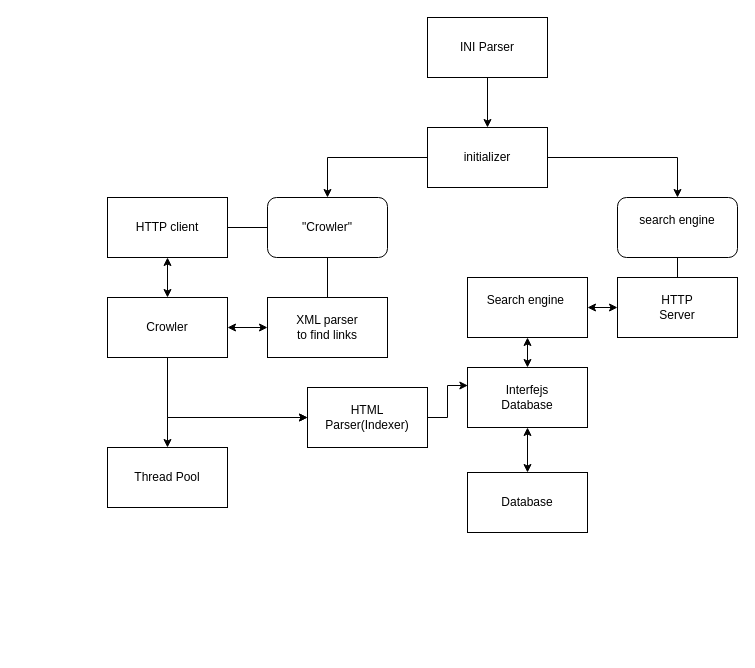
Earlier version of the draw.io diagram Search engine plan.drawio (Stalhir/Search-Engine). Source tidied: cells renumbered, new cells numbered last; positions are measured from the earlier drawing's top-left corner, leaving out a move shared by most shapes. Both pictures are drawn from the tidied source at 100%, with x=0, y=0 at pixel (107, 17).
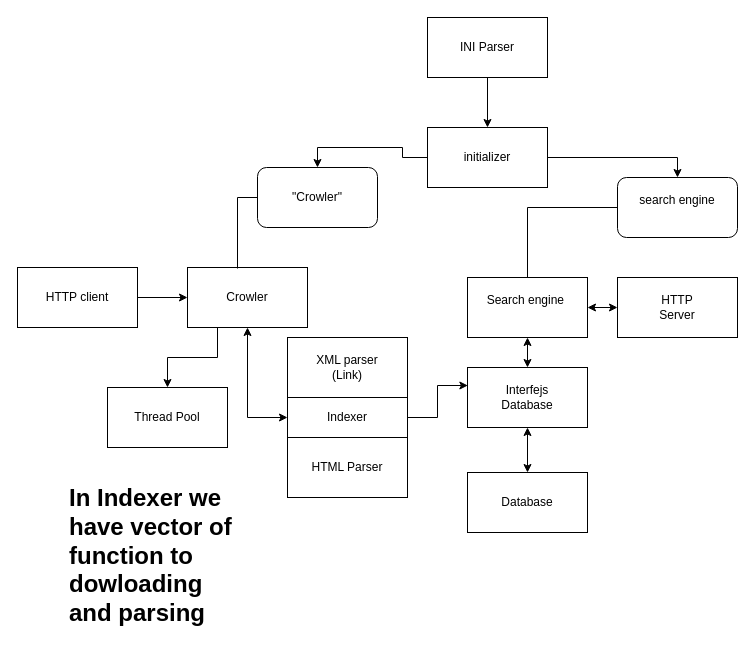
After the change.

Unchanged cells that the change refers to:
```xml
<mxCell id="12" value="Interfejs&lt;div&gt;Database&lt;/div&gt;" style="rounded=0;whiteSpace=wrap;html=1;" parent="1" vertex="1">
  <mxGeometry x="360" y="350" width="120" height="60" as="geometry" />
</mxCell>
<mxCell id="19" value="&lt;div&gt;HTTP&lt;/div&gt;Server" style="rounded=0;whiteSpace=wrap;html=1;" parent="1" vertex="1">
  <mxGeometry x="510" y="260" width="120" height="60" as="geometry" />
</mxCell>
<mxCell id="25" value="Search engine&amp;nbsp;&lt;div&gt;&lt;br&gt;&lt;/div&gt;" style="rounded=0;whiteSpace=wrap;html=1;" parent="1" vertex="1">
  <mxGeometry x="360" y="260" width="120" height="60" as="geometry" />
</mxCell>
```

The edit, as a diff of the source:
```diff
@@
     <mxCell id="7" value="&quot;Crowler&quot;" style="rounded=1;whiteSpace=wrap;html=1;" parent="1" vertex="1">
-      <mxGeometry x="160" y="180" width="120" height="60" as="geometry" />
+      <mxGeometry x="150" y="150" width="120" height="60" as="geometry" />
     </mxCell>
     <mxCell id="8" value="search engine&lt;div&gt;&lt;br&gt;&lt;/div&gt;" style="rounded=1;whiteSpace=wrap;html=1;" parent="1" vertex="1">
-      <mxGeometry x="510" y="180" width="120" height="60" as="geometry" />
+      <mxGeometry x="510" y="160" width="120" height="60" as="geometry" />
     </mxCell>
-    <mxCell id="9" value="HTML Parser(Indexer)" style="rounded=0;whiteSpace=wrap;html=1;" parent="1" vertex="1">
-      <mxGeometry x="200" y="370" width="120" height="60" as="geometry" />
-    </mxCell>
+    <mxCell id="30" value="Indexer" style="rounded=0;whiteSpace=wrap;html=1;" parent="1" vertex="1">
+      <mxGeometry x="180" y="370" width="120" height="60" as="geometry" />
+    </mxCell>
@@
-    <mxCell id="11" style="edgeStyle=orthogonalEdgeStyle;rounded=0;jettySize=auto;html=1;exitX=1;exitY=0;exitDx=0;exitDy=0;" parent="1" edge="1" source="12">
-      <mxGeometry relative="1" as="geometry">
-        <mxPoint x="480.2" y="350.2" as="targetPoint" />
-      </mxGeometry>
-    </mxCell>
+    <mxCell id="31" style="edgeStyle=orthogonalEdgeStyle;rounded=0;jettySize=auto;html=1;exitX=1;exitY=0;exitDx=0;exitDy=0;" parent="1" edge="1" source="12">
+      <mxGeometry relative="1" as="geometry">
+        <mxPoint x="480.2" y="350.2" as="targetPoint" />
+      </mxGeometry>
+    </mxCell>
@@
-    <mxCell id="13" style="edgeStyle=orthogonalEdgeStyle;rounded=0;jettySize=auto;html=1;entryX=0.003;entryY=0.3;entryDx=0;entryDy=0;entryPerimeter=0;" parent="1" edge="1" source="9" target="12">
-      <mxGeometry relative="1" as="geometry" />
-    </mxCell>
+    <mxCell id="32" style="edgeStyle=orthogonalEdgeStyle;rounded=0;jettySize=auto;html=1;entryX=0.003;entryY=0.3;entryDx=0;entryDy=0;entryPerimeter=0;" parent="1" edge="1" source="30" target="12">
+      <mxGeometry relative="1" as="geometry" />
+    </mxCell>
@@
     <mxCell id="15" value="Thread Pool" style="rounded=0;whiteSpace=wrap;html=1;" parent="1" vertex="1">
-      <mxGeometry y="430" width="120" height="60" as="geometry" />
+      <mxGeometry y="370" width="120" height="60" as="geometry" />
     </mxCell>
-    <mxCell id="16" value="XML parser&lt;div&gt;to find links&lt;/div&gt;" style="rounded=0;whiteSpace=wrap;html=1;" parent="1" vertex="1">
-      <mxGeometry x="160" y="280" width="120" height="60" as="geometry" />
-    </mxCell>
-    <mxCell id="17" style="endArrow=classic;startArrow=classic;html=1;rounded=0;exitX=1;exitY=0.5;exitDx=0;exitDy=0;" parent="1" edge="1" source="28" target="16">
-      <mxGeometry relative="1" as="geometry" />
-    </mxCell>
+    <mxCell id="33" value="XML parser&lt;div&gt;(Link)&lt;/div&gt;" style="rounded=0;whiteSpace=wrap;html=1;" parent="1" vertex="1">
+      <mxGeometry x="180" y="320" width="120" height="60" as="geometry" />
+    </mxCell>
+    <mxCell id="34" style="edgeStyle=orthogonalEdgeStyle;rounded=0;jettySize=auto;html=1;entryX=0;entryY=0.5;entryDx=0;entryDy=0;" parent="1" edge="1" source="18" target="28">
+      <mxGeometry relative="1" as="geometry" />
+    </mxCell>
     <mxCell id="18" value="HTTP client" style="rounded=0;whiteSpace=wrap;html=1;" parent="1" vertex="1">
-      <mxGeometry y="180" width="120" height="60" as="geometry" />
+      <mxGeometry x="-90" y="250" width="120" height="60" as="geometry" />
     </mxCell>
@@
-    <mxCell id="20" style="endArrow=none;html=1;rounded=0;entryX=0.5;entryY=1;entryDx=0;entryDy=0;exitX=0.5;exitY=0;exitDx=0;exitDy=0;" parent="1" edge="1" source="16" target="7">
-      <mxGeometry relative="1" as="geometry" />
-    </mxCell>
-    <mxCell id="21" style="endArrow=none;html=1;rounded=0;entryX=0.5;entryY=1;entryDx=0;entryDy=0;exitX=0.5;exitY=0;exitDx=0;exitDy=0;" parent="1" edge="1" source="19" target="8">
-      <mxGeometry relative="1" as="geometry" />
-    </mxCell>
-    <mxCell id="22" style="endArrow=classic;startArrow=classic;html=1;rounded=0;entryX=0.5;entryY=1;entryDx=0;entryDy=0;" parent="1" edge="1" target="25">
-      <mxGeometry relative="1" as="geometry">
-        <mxPoint x="420" y="350" as="sourcePoint" />
-        <Array as="points">
-          <mxPoint x="420" y="350" />
-        </Array>
-      </mxGeometry>
-    </mxCell>
-    <mxCell id="23" style="endArrow=none;html=1;rounded=0;entryX=0;entryY=0.5;entryDx=0;entryDy=0;exitX=1;exitY=0.5;exitDx=0;exitDy=0;" parent="1" edge="1" source="18" target="7">
-      <mxGeometry relative="1" as="geometry" />
-    </mxCell>
-    <mxCell id="24" style="endArrow=classic;startArrow=classic;html=1;rounded=0;entryX=0.5;entryY=1;entryDx=0;entryDy=0;exitX=0.5;exitY=0;exitDx=0;exitDy=0;" parent="1" edge="1" source="28" target="18">
-      <mxGeometry relative="1" as="geometry" />
-    </mxCell>
+    <mxCell id="35" style="endArrow=none;html=1;rounded=0;entryX=0;entryY=0.5;entryDx=0;entryDy=0;exitX=0.5;exitY=0;exitDx=0;exitDy=0;" parent="1" edge="1" source="25" target="8">
+      <mxGeometry relative="1" as="geometry">
+        <Array as="points">
+          <mxPoint x="420" y="190" />
+        </Array>
+      </mxGeometry>
+    </mxCell>
+    <mxCell id="36" style="endArrow=classic;startArrow=classic;html=1;rounded=0;entryX=0.5;entryY=1;entryDx=0;entryDy=0;" parent="1" edge="1" target="25">
+      <mxGeometry relative="1" as="geometry">
+        <mxPoint x="420" y="350" as="sourcePoint" />
+        <Array as="points">
+          <mxPoint x="420" y="350" />
+        </Array>
+      </mxGeometry>
+    </mxCell>
@@
-    <mxCell id="27" style="edgeStyle=orthogonalEdgeStyle;rounded=0;jettySize=auto;html=1;exitX=0.5;exitY=1;exitDx=0;exitDy=0;entryX=0;entryY=0.5;entryDx=0;entryDy=0;" parent="1" edge="1" source="28" target="9">
-      <mxGeometry relative="1" as="geometry" />
-    </mxCell>
+    <mxCell id="37" style="edgeStyle=orthogonalEdgeStyle;rounded=0;jettySize=auto;html=1;exitX=0.25;exitY=1;exitDx=0;exitDy=0;entryX=0.5;entryY=0;entryDx=0;entryDy=0;" parent="1" edge="1" source="28" target="15">
+      <mxGeometry relative="1" as="geometry" />
+    </mxCell>
     <mxCell id="28" value="Crowler" style="rounded=0;whiteSpace=wrap;html=1;" parent="1" vertex="1">
-      <mxGeometry y="280" width="120" height="60" as="geometry" />
+      <mxGeometry x="80" y="250" width="120" height="60" as="geometry" />
     </mxCell>
-    <mxCell id="29" style="endArrow=classic;startArrow=classic;html=1;rounded=0;exitX=0.5;exitY=0;exitDx=0;exitDy=0;" parent="1" edge="1" source="15">
-      <mxGeometry relative="1" as="geometry">
-        <mxPoint x="200" y="400" as="targetPoint" />
-        <Array as="points">
-          <mxPoint x="60" y="400" />
-        </Array>
-      </mxGeometry>
-    </mxCell>
+    <mxCell id="38" value="HTML Parser" style="rounded=0;whiteSpace=wrap;html=1;" parent="1" vertex="1">
+      <mxGeometry x="180" y="420" width="120" height="60" as="geometry" />
+    </mxCell>
+    <mxCell id="39" style="endArrow=classic;startArrow=classic;html=1;rounded=0;exitX=0;exitY=0.5;exitDx=0;exitDy=0;entryX=0.5;entryY=1;entryDx=0;entryDy=0;" parent="1" edge="1" source="30" target="28">
+      <mxGeometry relative="1" as="geometry">
+        <Array as="points">
+          <mxPoint x="140" y="400" />
+        </Array>
+      </mxGeometry>
+    </mxCell>
+    <mxCell id="40" value="&lt;h1 style=&quot;margin-top: 0px;&quot;&gt;In Indexer we have vector of function to dowloading and parsing&lt;/h1&gt;" style="text;html=1;whiteSpace=wrap;overflow=hidden;rounded=0;" parent="1" vertex="1">
+      <mxGeometry x="-40" y="460" width="180" height="170" as="geometry" />
+    </mxCell>
+    <mxCell id="41" style="endArrow=none;html=1;rounded=0;entryX=0;entryY=0.5;entryDx=0;entryDy=0;" parent="1" edge="1" target="7">
+      <mxGeometry relative="1" as="geometry">
+        <mxPoint x="130" y="251" as="sourcePoint" />
+        <Array as="points">
+          <mxPoint x="130" y="180" />
+        </Array>
+      </mxGeometry>
+    </mxCell>
```
